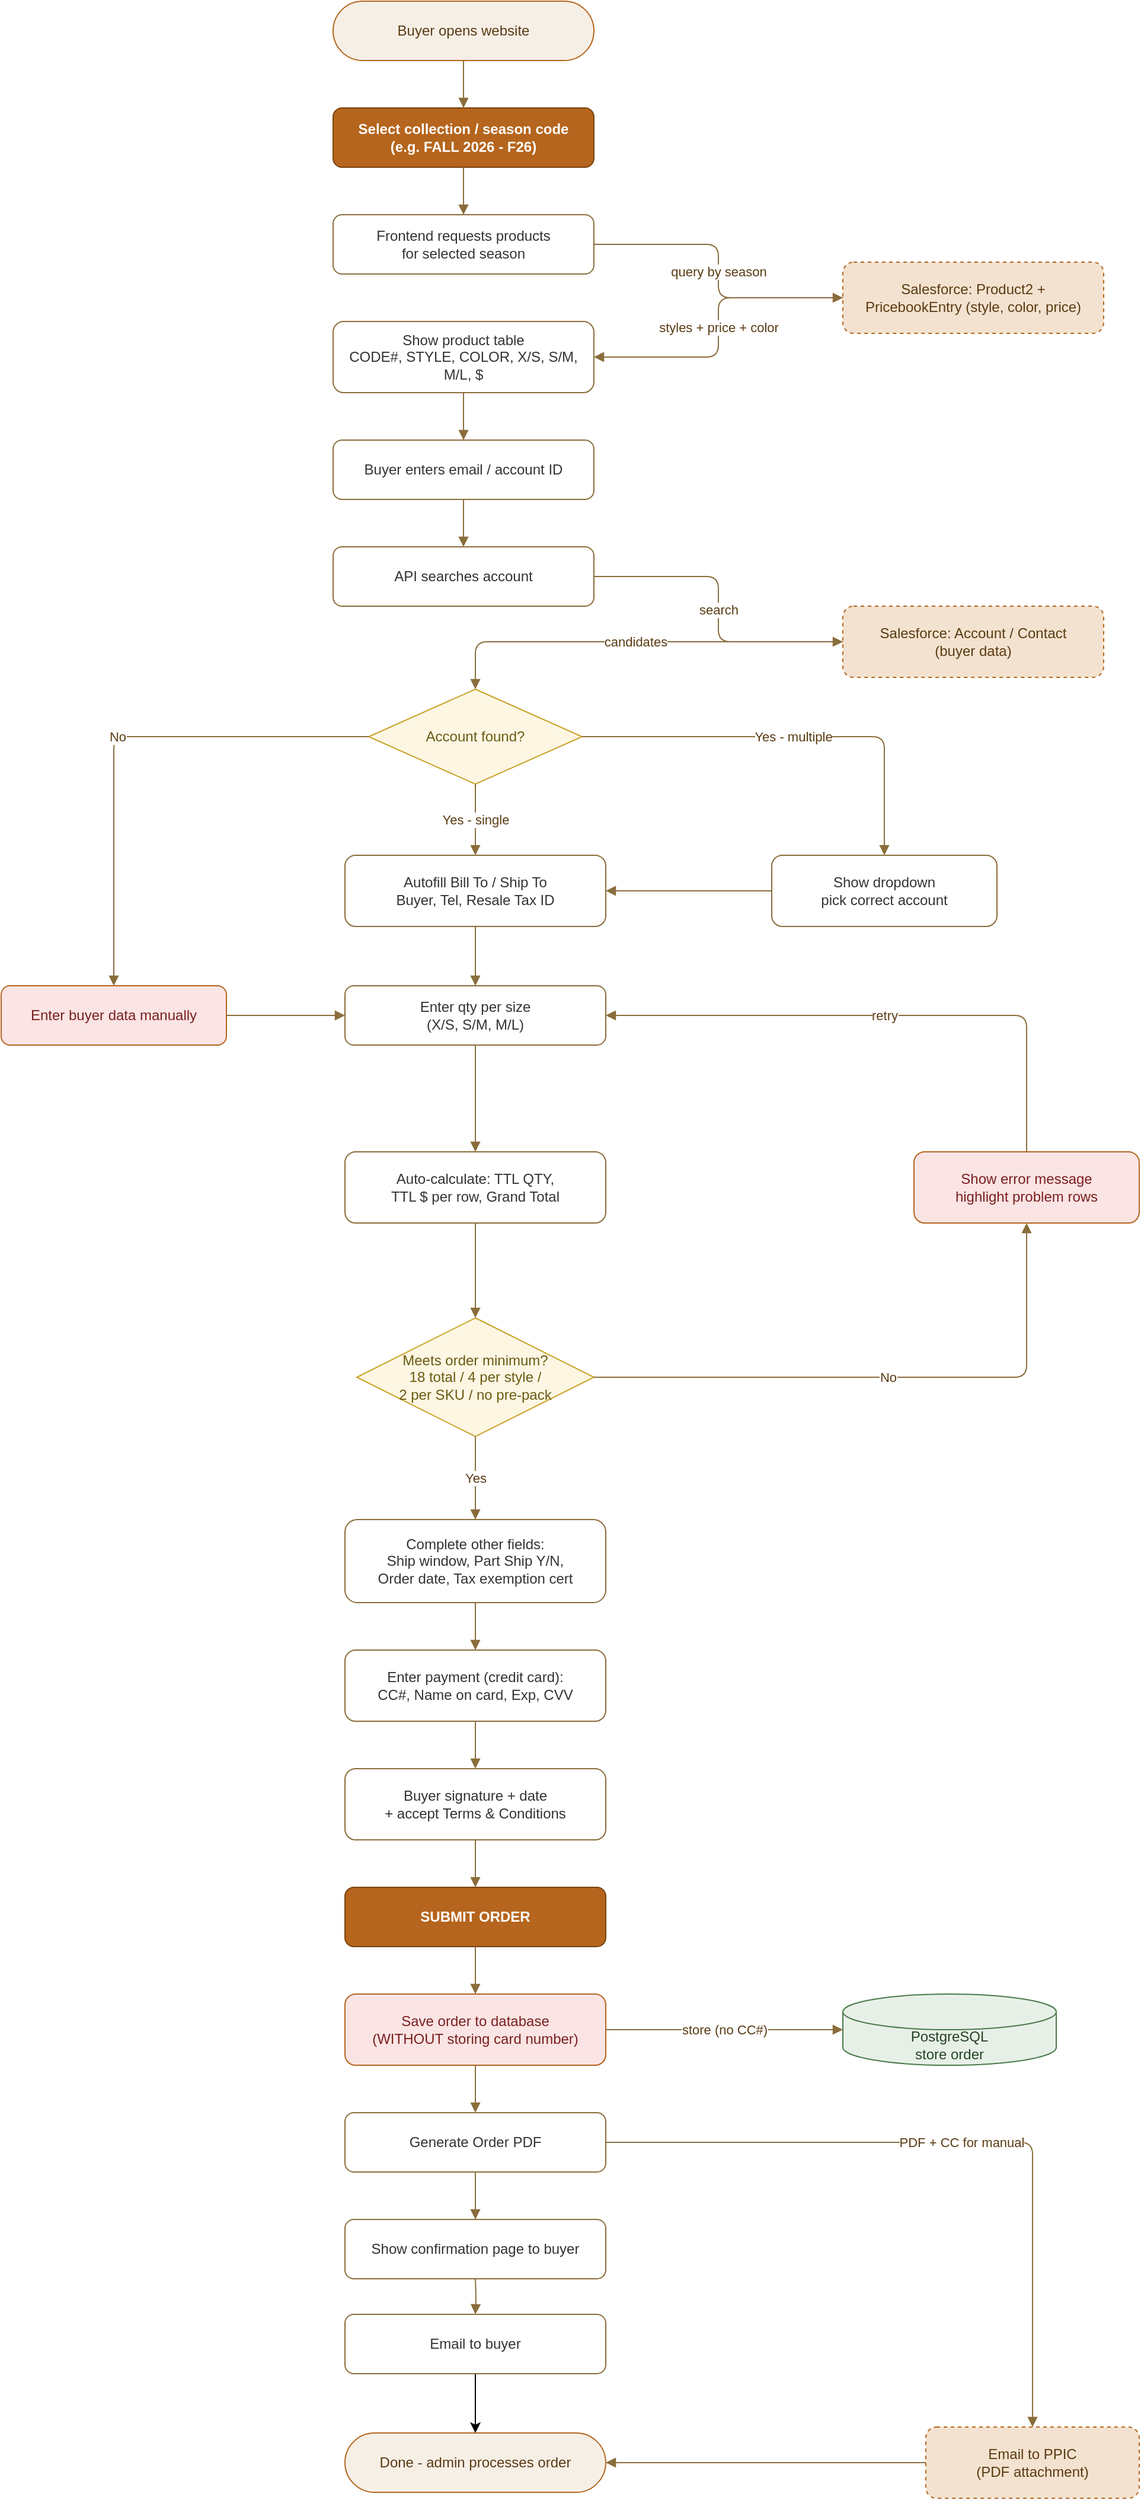
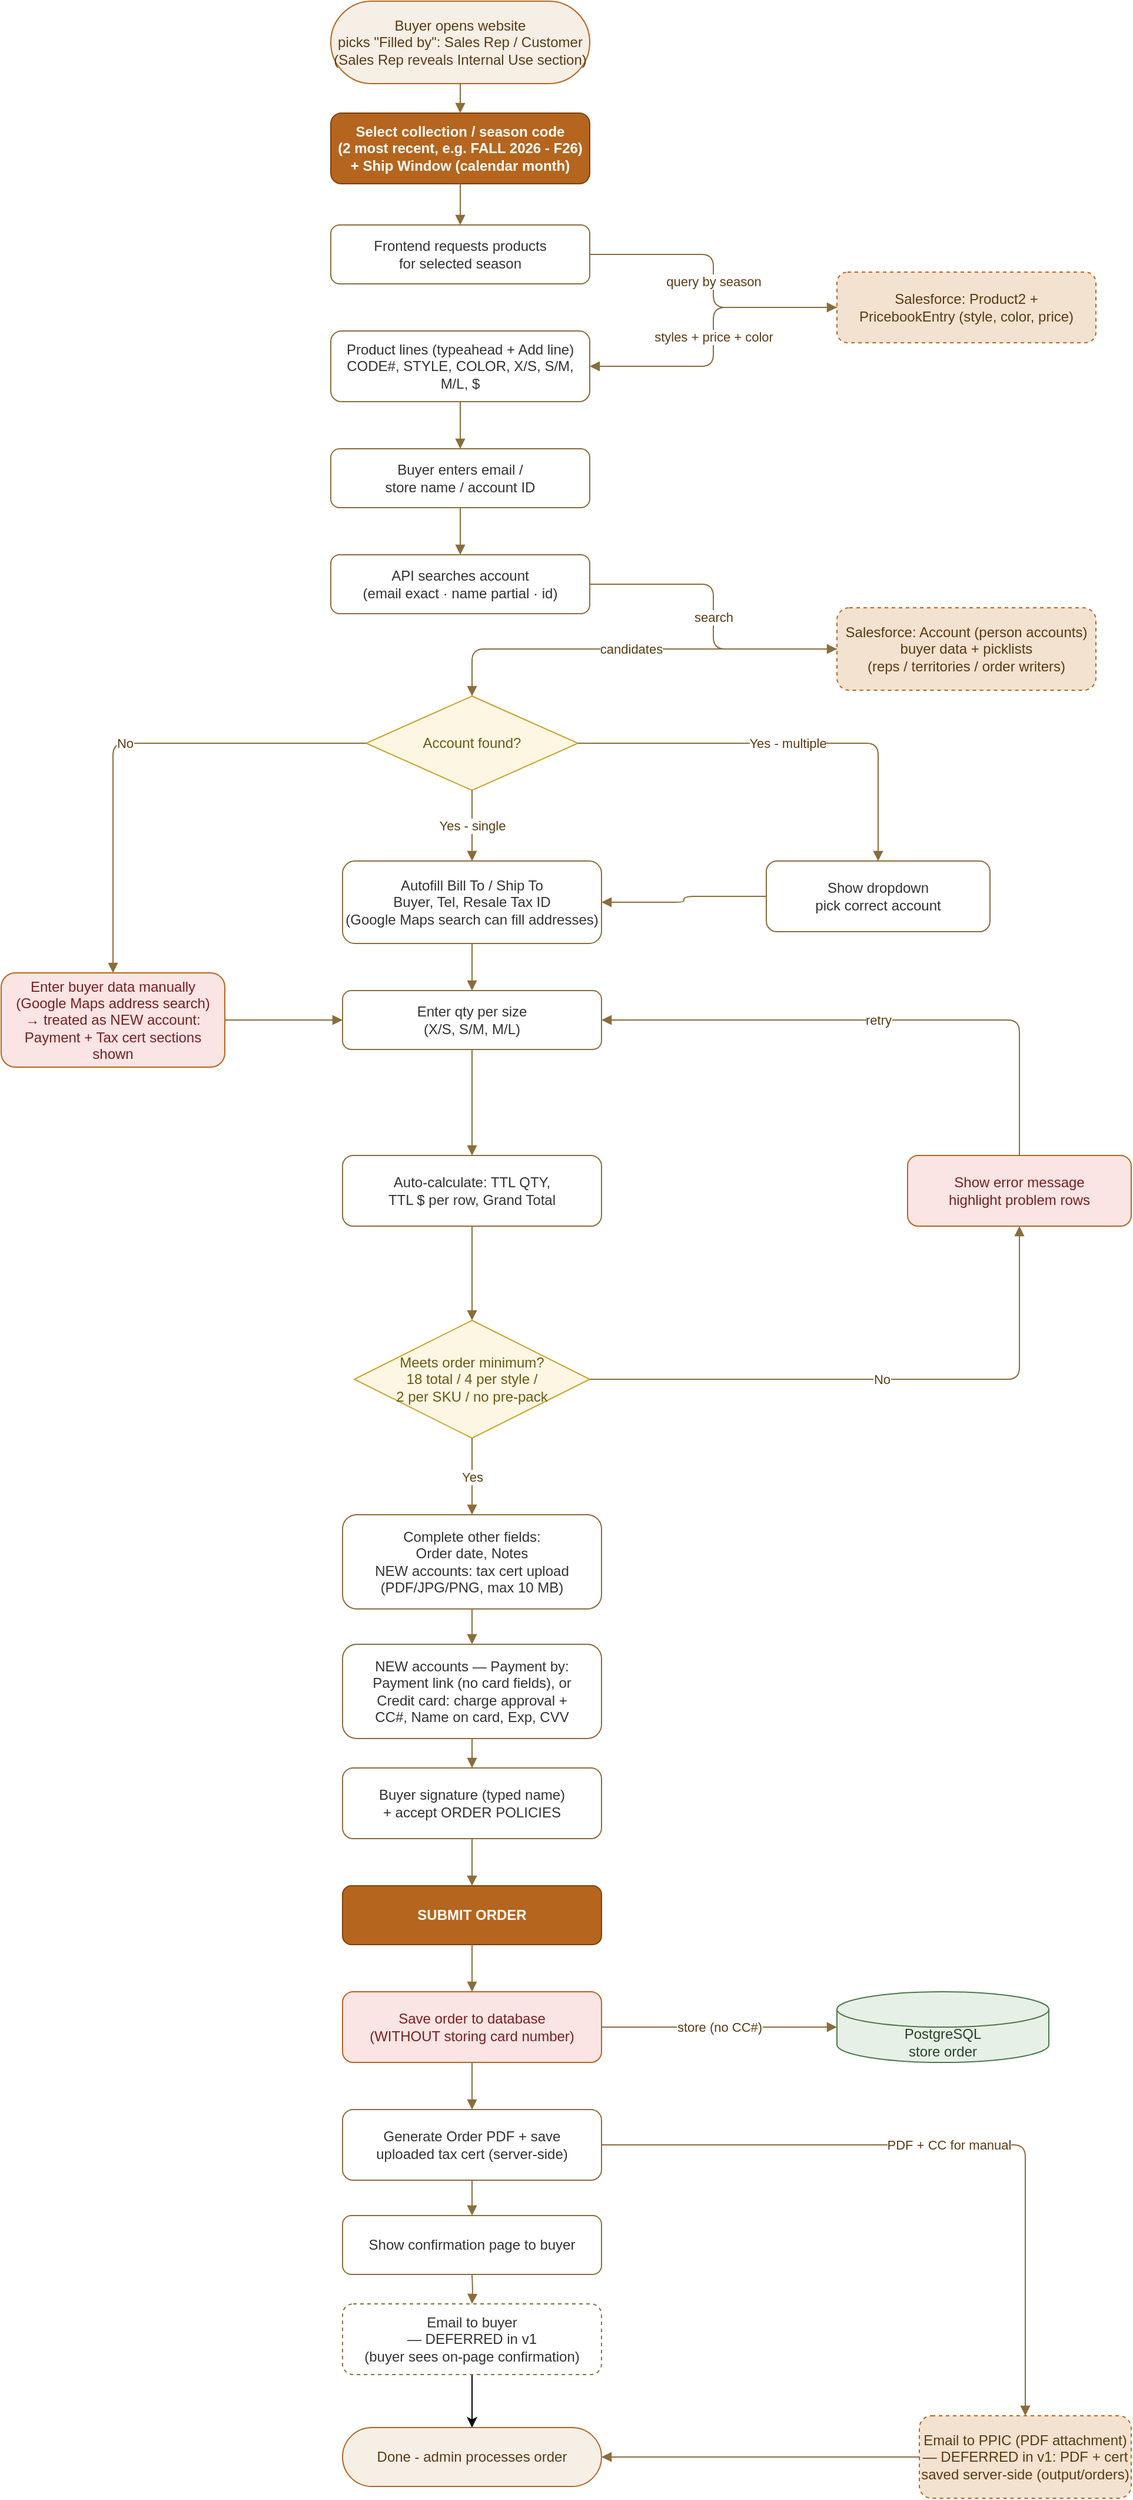
<mxfile host="65bd71144e">
    <diagram id="woodenships-order" name="Wooden Ships Order Flow">
        <mxGraphModel dx="1666" dy="571" grid="1" gridSize="10" guides="1" tooltips="1" connect="1" arrows="1" fold="1" page="1" pageScale="1" pageWidth="1100" pageHeight="1900" math="0" shadow="0">
            <root>
                <mxCell id="0"/>
                <mxCell id="1" parent="0"/>
-                 <mxCell id="start" value="Buyer opens website" style="rounded=1;whiteSpace=wrap;html=1;fillColor=#f6efe6;strokeColor=#b5651d;arcSize=50;fontColor=#5a3b13;" parent="1" vertex="1">
-                     <mxGeometry x="360" y="20" width="220" height="50" as="geometry"/>
+                 <mxCell id="start" value="Buyer opens website&lt;br&gt;picks &quot;Filled by&quot;: Sales Rep / Customer&lt;br&gt;(Sales Rep reveals Internal Use section)" style="rounded=1;whiteSpace=wrap;html=1;fillColor=#f6efe6;strokeColor=#b5651d;arcSize=50;fontColor=#5a3b13;" parent="1" vertex="1">
+                     <mxGeometry x="360" y="10" width="220" height="70" as="geometry"/>
                </mxCell>
-                 <mxCell id="season" value="Select collection / season code&lt;br&gt;(e.g. FALL 2026 - F26)" style="rounded=1;whiteSpace=wrap;html=1;fillColor=#b5651d;strokeColor=#7a430f;fontColor=#ffffff;fontStyle=1;" parent="1" vertex="1">
-                     <mxGeometry x="360" y="110" width="220" height="50" as="geometry"/>
+                 <mxCell id="season" value="Select collection / season code&lt;br&gt;(2 most recent, e.g. FALL 2026 - F26)&lt;br&gt;+ Ship Window (calendar month)" style="rounded=1;whiteSpace=wrap;html=1;fillColor=#b5651d;strokeColor=#7a430f;fontColor=#ffffff;fontStyle=1;" parent="1" vertex="1">
+                     <mxGeometry x="360" y="105" width="220" height="60" as="geometry"/>
                </mxCell>
                <mxCell id="req" value="Frontend requests products&lt;br&gt;for selected season" style="rounded=1;whiteSpace=wrap;html=1;fillColor=#ffffff;strokeColor=#8a6d3b;fontColor=#333333;" parent="1" vertex="1">
                    <mxGeometry x="360" y="200" width="220" height="50" as="geometry"/>
                </mxCell>
-                 <mxCell id="show" value="Show product table&lt;br&gt;CODE#, STYLE, COLOR, X/S, S/M, M/L, $" style="rounded=1;whiteSpace=wrap;html=1;fillColor=#ffffff;strokeColor=#8a6d3b;fontColor=#333333;" parent="1" vertex="1">
+                 <mxCell id="show" value="Product lines (typeahead + Add line)&lt;br&gt;CODE#, STYLE, COLOR, X/S, S/M, M/L, $" style="rounded=1;whiteSpace=wrap;html=1;fillColor=#ffffff;strokeColor=#8a6d3b;fontColor=#333333;" parent="1" vertex="1">
                    <mxGeometry x="360" y="290" width="220" height="60" as="geometry"/>
                </mxCell>
-                 <mxCell id="buyer" value="Buyer enters email / account ID" style="rounded=1;whiteSpace=wrap;html=1;fillColor=#ffffff;strokeColor=#8a6d3b;fontColor=#333333;" parent="1" vertex="1">
+                 <mxCell id="buyer" value="Buyer enters email /&lt;br&gt;store name / account ID" style="rounded=1;whiteSpace=wrap;html=1;fillColor=#ffffff;strokeColor=#8a6d3b;fontColor=#333333;" parent="1" vertex="1">
                    <mxGeometry x="360" y="390" width="220" height="50" as="geometry"/>
                </mxCell>
-                 <mxCell id="api2" value="API searches account" style="rounded=1;whiteSpace=wrap;html=1;fillColor=#ffffff;strokeColor=#8a6d3b;fontColor=#333333;" parent="1" vertex="1">
+                 <mxCell id="api2" value="API searches account&lt;br&gt;(email exact · name partial · id)" style="rounded=1;whiteSpace=wrap;html=1;fillColor=#ffffff;strokeColor=#8a6d3b;fontColor=#333333;" parent="1" vertex="1">
                    <mxGeometry x="360" y="480" width="220" height="50" as="geometry"/>
                </mxCell>
                <mxCell id="match" value="Account found?" style="rhombus;whiteSpace=wrap;html=1;fillColor=#fdf6e3;strokeColor=#c9a227;fontColor=#6b5a12;" parent="1" vertex="1">
                    <mxGeometry x="390" y="600" width="180" height="80" as="geometry"/>
                </mxCell>
-                 <mxCell id="autofill" value="Autofill Bill To / Ship To&lt;br&gt;Buyer, Tel, Resale Tax ID" style="rounded=1;whiteSpace=wrap;html=1;fillColor=#ffffff;strokeColor=#8a6d3b;fontColor=#333333;" parent="1" vertex="1">
-                     <mxGeometry x="370" y="740" width="220" height="60" as="geometry"/>
+                 <mxCell id="autofill" value="Autofill Bill To / Ship To&lt;br&gt;Buyer, Tel, Resale Tax ID&lt;br&gt;(Google Maps search can fill addresses)" style="rounded=1;whiteSpace=wrap;html=1;fillColor=#ffffff;strokeColor=#8a6d3b;fontColor=#333333;" parent="1" vertex="1">
+                     <mxGeometry x="370" y="740" width="220" height="70" as="geometry"/>
                </mxCell>
                <mxCell id="qty" value="Enter qty per size&lt;br&gt;(X/S, S/M, M/L)" style="rounded=1;whiteSpace=wrap;html=1;fillColor=#ffffff;strokeColor=#8a6d3b;fontColor=#333333;" parent="1" vertex="1">
                    <mxGeometry x="370" y="850" width="220" height="50" as="geometry"/>
                </mxCell>
                <mxCell id="calc" value="Auto-calculate: TTL QTY,&lt;br&gt;TTL $ per row, Grand Total" style="rounded=1;whiteSpace=wrap;html=1;fillColor=#ffffff;strokeColor=#8a6d3b;fontColor=#333333;" parent="1" vertex="1">
                    <mxGeometry x="370" y="990" width="220" height="60" as="geometry"/>
                </mxCell>
                <mxCell id="valid" value="Meets order minimum?&lt;br&gt;18 total / 4 per style /&lt;br&gt;2 per SKU / no pre-pack" style="rhombus;whiteSpace=wrap;html=1;fillColor=#fdf6e3;strokeColor=#c9a227;fontColor=#6b5a12;" parent="1" vertex="1">
                    <mxGeometry x="380" y="1130" width="200" height="100" as="geometry"/>
                </mxCell>
-                 <mxCell id="details" value="Complete other fields:&lt;br&gt;Ship window, Part Ship Y/N,&lt;br&gt;Order date, Tax exemption cert" style="rounded=1;whiteSpace=wrap;html=1;fillColor=#ffffff;strokeColor=#8a6d3b;fontColor=#333333;" parent="1" vertex="1">
-                     <mxGeometry x="370" y="1300" width="220" height="70" as="geometry"/>
+                 <mxCell id="details" value="Complete other fields:&lt;br&gt;Order date, Notes&lt;br&gt;NEW accounts: tax cert upload&lt;br&gt;(PDF/JPG/PNG, max 10 MB)" style="rounded=1;whiteSpace=wrap;html=1;fillColor=#ffffff;strokeColor=#8a6d3b;fontColor=#333333;" parent="1" vertex="1">
+                     <mxGeometry x="370" y="1295" width="220" height="80" as="geometry"/>
                </mxCell>
-                 <mxCell id="pay" value="Enter payment (credit card):&lt;br&gt;CC#, Name on card, Exp, CVV" style="rounded=1;whiteSpace=wrap;html=1;fillColor=#ffffff;strokeColor=#8a6d3b;fontColor=#333333;" parent="1" vertex="1">
-                     <mxGeometry x="370" y="1410" width="220" height="60" as="geometry"/>
+                 <mxCell id="pay" value="NEW accounts — Payment by:&lt;br&gt;Payment link (no card fields), or&lt;br&gt;Credit card: charge approval +&lt;br&gt;CC#, Name on card, Exp, CVV" style="rounded=1;whiteSpace=wrap;html=1;fillColor=#ffffff;strokeColor=#8a6d3b;fontColor=#333333;" parent="1" vertex="1">
+                     <mxGeometry x="370" y="1405" width="220" height="80" as="geometry"/>
                </mxCell>
-                 <mxCell id="sign" value="Buyer signature + date&lt;br&gt;+ accept Terms &amp; Conditions" style="rounded=1;whiteSpace=wrap;html=1;fillColor=#ffffff;strokeColor=#8a6d3b;fontColor=#333333;" parent="1" vertex="1">
+                 <mxCell id="sign" value="Buyer signature (typed name)&lt;br&gt;+ accept ORDER POLICIES" style="rounded=1;whiteSpace=wrap;html=1;fillColor=#ffffff;strokeColor=#8a6d3b;fontColor=#333333;" parent="1" vertex="1">
                    <mxGeometry x="370" y="1510" width="220" height="60" as="geometry"/>
                </mxCell>
                <mxCell id="submit" value="SUBMIT ORDER" style="rounded=1;whiteSpace=wrap;html=1;fillColor=#b5651d;strokeColor=#7a430f;fontColor=#ffffff;fontStyle=1;" parent="1" vertex="1">
                    <mxGeometry x="370" y="1610" width="220" height="50" as="geometry"/>
                </mxCell>
                <mxCell id="save" value="Save order to database&lt;br&gt;(WITHOUT storing card number)" style="rounded=1;whiteSpace=wrap;html=1;fillColor=#fbe4e4;strokeColor=#b5651d;fontColor=#7a1f1f;" parent="1" vertex="1">
                    <mxGeometry x="370" y="1700" width="220" height="60" as="geometry"/>
                </mxCell>
-                 <mxCell id="pdf" value="Generate Order PDF" style="rounded=1;whiteSpace=wrap;html=1;fillColor=#ffffff;strokeColor=#8a6d3b;fontColor=#333333;" parent="1" vertex="1">
-                     <mxGeometry x="370" y="1800" width="220" height="50" as="geometry"/>
+                 <mxCell id="pdf" value="Generate Order PDF + save&lt;br&gt;uploaded tax cert (server-side)" style="rounded=1;whiteSpace=wrap;html=1;fillColor=#ffffff;strokeColor=#8a6d3b;fontColor=#333333;" parent="1" vertex="1">
+                     <mxGeometry x="370" y="1800" width="220" height="60" as="geometry"/>
                </mxCell>
                <mxCell id="confirm" value="Show confirmation page to buyer" style="rounded=1;whiteSpace=wrap;html=1;fillColor=#ffffff;strokeColor=#8a6d3b;fontColor=#333333;" parent="1" vertex="1">
                    <mxGeometry x="370" y="1890" width="220" height="50" as="geometry"/>
                </mxCell>
                <mxCell id="done" value="Done - admin processes order" style="rounded=1;whiteSpace=wrap;html=1;fillColor=#f6efe6;strokeColor=#b5651d;arcSize=50;fontColor=#5a3b13;" parent="1" vertex="1">
                    <mxGeometry x="370" y="2070" width="220" height="50" as="geometry"/>
                </mxCell>
                <mxCell id="pick" value="Show dropdown&lt;br&gt;pick correct account" style="rounded=1;whiteSpace=wrap;html=1;fillColor=#ffffff;strokeColor=#8a6d3b;fontColor=#333333;" parent="1" vertex="1">
                    <mxGeometry x="730" y="740" width="190" height="60" as="geometry"/>
                </mxCell>
-                 <mxCell id="manual" value="Enter buyer data manually" style="rounded=1;whiteSpace=wrap;html=1;fillColor=#fbe4e4;strokeColor=#b5651d;fontColor=#7a1f1f;" parent="1" vertex="1">
-                     <mxGeometry x="80" y="850" width="190" height="50" as="geometry"/>
+                 <mxCell id="manual" value="Enter buyer data manually&lt;br&gt;(Google Maps address search)&lt;br&gt;→ treated as NEW account:&lt;br&gt;Payment + Tax cert sections shown" style="rounded=1;whiteSpace=wrap;html=1;fillColor=#fbe4e4;strokeColor=#b5651d;fontColor=#7a1f1f;" parent="1" vertex="1">
+                     <mxGeometry x="80" y="835" width="190" height="80" as="geometry"/>
                </mxCell>
                <mxCell id="err" value="Show error message&lt;br&gt;highlight problem rows" style="rounded=1;whiteSpace=wrap;html=1;fillColor=#fbe4e4;strokeColor=#b5651d;fontColor=#7a1f1f;" parent="1" vertex="1">
                    <mxGeometry x="850" y="990" width="190" height="60" as="geometry"/>
                </mxCell>
                <mxCell id="sfprod" value="Salesforce: Product2 +&lt;br&gt;PricebookEntry (style, color, price)" style="rounded=1;whiteSpace=wrap;html=1;fillColor=#f3e2cf;strokeColor=#b5651d;fontColor=#5a3b13;dashed=1;" parent="1" vertex="1">
                    <mxGeometry x="790" y="240" width="220" height="60" as="geometry"/>
                </mxCell>
-                 <mxCell id="sfacc" value="Salesforce: Account / Contact&lt;br&gt;(buyer data)" style="rounded=1;whiteSpace=wrap;html=1;fillColor=#f3e2cf;strokeColor=#b5651d;fontColor=#5a3b13;dashed=1;" parent="1" vertex="1">
-                     <mxGeometry x="790" y="530" width="220" height="60" as="geometry"/>
+                 <mxCell id="sfacc" value="Salesforce: Account (person accounts)&lt;br&gt;buyer data + picklists&lt;br&gt;(reps / territories / order writers)" style="rounded=1;whiteSpace=wrap;html=1;fillColor=#f3e2cf;strokeColor=#b5651d;fontColor=#5a3b13;dashed=1;" parent="1" vertex="1">
+                     <mxGeometry x="790" y="525" width="220" height="70" as="geometry"/>
                </mxCell>
                <mxCell id="db" value="PostgreSQL&lt;br&gt;store order" style="shape=cylinder3;whiteSpace=wrap;html=1;boundedLbl=1;backgroundOutline=1;fillColor=#e7f0e7;strokeColor=#4b7a4b;fontColor=#274427;" parent="1" vertex="1">
                    <mxGeometry x="790" y="1700" width="180" height="60" as="geometry"/>
                </mxCell>
-                 <mxCell id="mail" value="Email to PPIC&lt;br&gt;(PDF attachment)" style="rounded=1;whiteSpace=wrap;html=1;fillColor=#f3e2cf;strokeColor=#b5651d;fontColor=#5a3b13;dashed=1;" parent="1" vertex="1">
-                     <mxGeometry x="860" y="2065" width="180" height="60" as="geometry"/>
+                 <mxCell id="mail" value="Email to PPIC (PDF attachment)&lt;br&gt;— DEFERRED in v1: PDF + cert&lt;br&gt;saved server-side (output/orders)" style="rounded=1;whiteSpace=wrap;html=1;fillColor=#f3e2cf;strokeColor=#b5651d;fontColor=#5a3b13;dashed=1;" parent="1" vertex="1">
+                     <mxGeometry x="860" y="2060" width="180" height="70" as="geometry"/>
                </mxCell>
                <mxCell id="e0" value="" style="edgeStyle=orthogonalEdgeStyle;rounded=1;html=1;strokeColor=#8a6d3b;fontColor=#5a3b13;endArrow=block;" parent="1" source="start" target="season" edge="1">
                    <mxGeometry relative="1" as="geometry"/>
                </mxCell>
                <mxCell id="e1" value="" style="edgeStyle=orthogonalEdgeStyle;rounded=1;html=1;strokeColor=#8a6d3b;fontColor=#5a3b13;endArrow=block;" parent="1" source="season" target="req" edge="1">
                    <mxGeometry relative="1" as="geometry"/>
                </mxCell>
                <mxCell id="e2" value="query by season" style="edgeStyle=orthogonalEdgeStyle;rounded=1;html=1;strokeColor=#8a6d3b;fontColor=#5a3b13;endArrow=block;" parent="1" source="req" target="sfprod" edge="1">
                    <mxGeometry relative="1" as="geometry"/>
                </mxCell>
                <mxCell id="e3" value="styles + price + color" style="edgeStyle=orthogonalEdgeStyle;rounded=1;html=1;strokeColor=#8a6d3b;fontColor=#5a3b13;endArrow=block;" parent="1" source="sfprod" target="show" edge="1">
                    <mxGeometry relative="1" as="geometry"/>
                </mxCell>
                <mxCell id="e4" value="" style="edgeStyle=orthogonalEdgeStyle;rounded=1;html=1;strokeColor=#8a6d3b;fontColor=#5a3b13;endArrow=block;" parent="1" source="show" target="buyer" edge="1">
                    <mxGeometry relative="1" as="geometry"/>
                </mxCell>
                <mxCell id="e5" value="" style="edgeStyle=orthogonalEdgeStyle;rounded=1;html=1;strokeColor=#8a6d3b;fontColor=#5a3b13;endArrow=block;" parent="1" source="buyer" target="api2" edge="1">
                    <mxGeometry relative="1" as="geometry"/>
                </mxCell>
                <mxCell id="e6" value="search" style="edgeStyle=orthogonalEdgeStyle;rounded=1;html=1;strokeColor=#8a6d3b;fontColor=#5a3b13;endArrow=block;" parent="1" source="api2" target="sfacc" edge="1">
                    <mxGeometry relative="1" as="geometry"/>
                </mxCell>
                <mxCell id="e7" value="candidates" style="edgeStyle=orthogonalEdgeStyle;rounded=1;html=1;strokeColor=#8a6d3b;fontColor=#5a3b13;endArrow=block;" parent="1" source="sfacc" target="match" edge="1">
                    <mxGeometry relative="1" as="geometry">
                        <Array as="points">
                            <mxPoint x="480" y="560"/>
                        </Array>
                        <mxPoint as="offset"/>
                    </mxGeometry>
                </mxCell>
                <mxCell id="e8" value="Yes - multiple" style="edgeStyle=orthogonalEdgeStyle;rounded=1;html=1;strokeColor=#8a6d3b;fontColor=#5a3b13;endArrow=block;" parent="1" source="match" target="pick" edge="1">
                    <mxGeometry x="0.0028" relative="1" as="geometry">
                        <mxPoint as="offset"/>
                    </mxGeometry>
                </mxCell>
                <mxCell id="e9" value="Yes - single" style="edgeStyle=orthogonalEdgeStyle;rounded=1;html=1;strokeColor=#8a6d3b;fontColor=#5a3b13;endArrow=block;" parent="1" source="match" target="autofill" edge="1">
                    <mxGeometry relative="1" as="geometry"/>
                </mxCell>
                <mxCell id="e10" value="No" style="edgeStyle=orthogonalEdgeStyle;rounded=1;html=1;strokeColor=#8a6d3b;fontColor=#5a3b13;endArrow=block;" parent="1" source="match" target="manual" edge="1">
                    <mxGeometry relative="1" as="geometry"/>
                </mxCell>
                <mxCell id="e11" value="" style="edgeStyle=orthogonalEdgeStyle;rounded=1;html=1;strokeColor=#8a6d3b;fontColor=#5a3b13;endArrow=block;" parent="1" source="pick" target="autofill" edge="1">
                    <mxGeometry relative="1" as="geometry"/>
                </mxCell>
                <mxCell id="e12" value="" style="edgeStyle=orthogonalEdgeStyle;rounded=1;html=1;strokeColor=#8a6d3b;fontColor=#5a3b13;endArrow=block;" parent="1" source="manual" target="qty" edge="1">
                    <mxGeometry relative="1" as="geometry"/>
                </mxCell>
                <mxCell id="e13" value="" style="edgeStyle=orthogonalEdgeStyle;rounded=1;html=1;strokeColor=#8a6d3b;fontColor=#5a3b13;endArrow=block;" parent="1" source="autofill" target="qty" edge="1">
                    <mxGeometry relative="1" as="geometry"/>
                </mxCell>
                <mxCell id="e14" value="" style="edgeStyle=orthogonalEdgeStyle;rounded=1;html=1;strokeColor=#8a6d3b;fontColor=#5a3b13;endArrow=block;" parent="1" source="qty" target="calc" edge="1">
                    <mxGeometry relative="1" as="geometry"/>
                </mxCell>
                <mxCell id="e15" value="" style="edgeStyle=orthogonalEdgeStyle;rounded=1;html=1;strokeColor=#8a6d3b;fontColor=#5a3b13;endArrow=block;" parent="1" source="calc" target="valid" edge="1">
                    <mxGeometry relative="1" as="geometry"/>
                </mxCell>
                <mxCell id="e16" value="No" style="edgeStyle=orthogonalEdgeStyle;rounded=1;html=1;strokeColor=#8a6d3b;fontColor=#5a3b13;endArrow=block;" parent="1" source="valid" target="err" edge="1">
                    <mxGeometry relative="1" as="geometry"/>
                </mxCell>
                <mxCell id="e17" value="retry" style="edgeStyle=orthogonalEdgeStyle;rounded=1;html=1;strokeColor=#8a6d3b;fontColor=#5a3b13;endArrow=block;entryX=1;entryY=0.5;entryDx=0;entryDy=0;" parent="1" source="err" target="qty" edge="1">
                    <mxGeometry relative="1" as="geometry">
                        <Array as="points">
                            <mxPoint x="945" y="875"/>
                        </Array>
                    </mxGeometry>
                </mxCell>
                <mxCell id="e18" value="Yes" style="edgeStyle=orthogonalEdgeStyle;rounded=1;html=1;strokeColor=#8a6d3b;fontColor=#5a3b13;endArrow=block;" parent="1" source="valid" target="details" edge="1">
                    <mxGeometry relative="1" as="geometry"/>
                </mxCell>
                <mxCell id="e19" value="" style="edgeStyle=orthogonalEdgeStyle;rounded=1;html=1;strokeColor=#8a6d3b;fontColor=#5a3b13;endArrow=block;" parent="1" source="details" target="pay" edge="1">
                    <mxGeometry relative="1" as="geometry"/>
                </mxCell>
                <mxCell id="e20" value="" style="edgeStyle=orthogonalEdgeStyle;rounded=1;html=1;strokeColor=#8a6d3b;fontColor=#5a3b13;endArrow=block;" parent="1" source="pay" target="sign" edge="1">
                    <mxGeometry relative="1" as="geometry"/>
                </mxCell>
                <mxCell id="e21" value="" style="edgeStyle=orthogonalEdgeStyle;rounded=1;html=1;strokeColor=#8a6d3b;fontColor=#5a3b13;endArrow=block;" parent="1" source="sign" target="submit" edge="1">
                    <mxGeometry relative="1" as="geometry"/>
                </mxCell>
                <mxCell id="e22" value="" style="edgeStyle=orthogonalEdgeStyle;rounded=1;html=1;strokeColor=#8a6d3b;fontColor=#5a3b13;endArrow=block;" parent="1" source="submit" target="save" edge="1">
                    <mxGeometry relative="1" as="geometry"/>
                </mxCell>
                <mxCell id="e23" value="store (no CC#)" style="edgeStyle=orthogonalEdgeStyle;rounded=1;html=1;strokeColor=#8a6d3b;fontColor=#5a3b13;endArrow=block;" parent="1" source="save" target="db" edge="1">
                    <mxGeometry relative="1" as="geometry"/>
                </mxCell>
                <mxCell id="e24" value="" style="edgeStyle=orthogonalEdgeStyle;rounded=1;html=1;strokeColor=#8a6d3b;fontColor=#5a3b13;endArrow=block;" parent="1" source="save" target="pdf" edge="1">
                    <mxGeometry relative="1" as="geometry"/>
                </mxCell>
                <mxCell id="e25" value="PDF + CC for manual" style="edgeStyle=orthogonalEdgeStyle;rounded=1;html=1;strokeColor=#8a6d3b;fontColor=#5a3b13;endArrow=block;" parent="1" source="pdf" target="mail" edge="1">
                    <mxGeometry relative="1" as="geometry"/>
                </mxCell>
                <mxCell id="e26" value="" style="edgeStyle=orthogonalEdgeStyle;rounded=1;html=1;strokeColor=#8a6d3b;fontColor=#5a3b13;endArrow=block;" parent="1" source="pdf" target="confirm" edge="1">
                    <mxGeometry relative="1" as="geometry"/>
                </mxCell>
                <mxCell id="e27" value="" style="edgeStyle=orthogonalEdgeStyle;rounded=1;html=1;strokeColor=#8a6d3b;fontColor=#5a3b13;endArrow=block;" parent="1" source="mail" target="done" edge="1">
                    <mxGeometry relative="1" as="geometry"/>
                </mxCell>
                <mxCell id="e28" value="" style="edgeStyle=orthogonalEdgeStyle;rounded=1;html=1;strokeColor=#8a6d3b;fontColor=#5a3b13;endArrow=block;entryX=0.5;entryY=0;entryDx=0;entryDy=0;" parent="1" target="2" edge="1">
                    <mxGeometry relative="1" as="geometry">
                        <mxPoint x="480" y="1940" as="sourcePoint"/>
                    </mxGeometry>
                </mxCell>
                <mxCell id="3" style="edgeStyle=none;html=1;exitX=0.5;exitY=1;exitDx=0;exitDy=0;entryX=0.5;entryY=0;entryDx=0;entryDy=0;" edge="1" parent="1" source="2" target="done">
                    <mxGeometry relative="1" as="geometry"/>
                </mxCell>
-                 <mxCell id="2" value="Email to buyer" style="rounded=1;whiteSpace=wrap;html=1;fillColor=#ffffff;strokeColor=#8a6d3b;fontColor=#333333;" vertex="1" parent="1">
-                     <mxGeometry x="370" y="1970" width="220" height="50" as="geometry"/>
+                 <mxCell id="2" value="Email to buyer&lt;br&gt;— DEFERRED in v1&lt;br&gt;(buyer sees on-page confirmation)" style="rounded=1;whiteSpace=wrap;html=1;fillColor=#ffffff;strokeColor=#8a6d3b;fontColor=#333333;dashed=1;" vertex="1" parent="1">
+                     <mxGeometry x="370" y="1965" width="220" height="60" as="geometry"/>
                </mxCell>
            </root>
        </mxGraphModel>
    </diagram>
</mxfile>